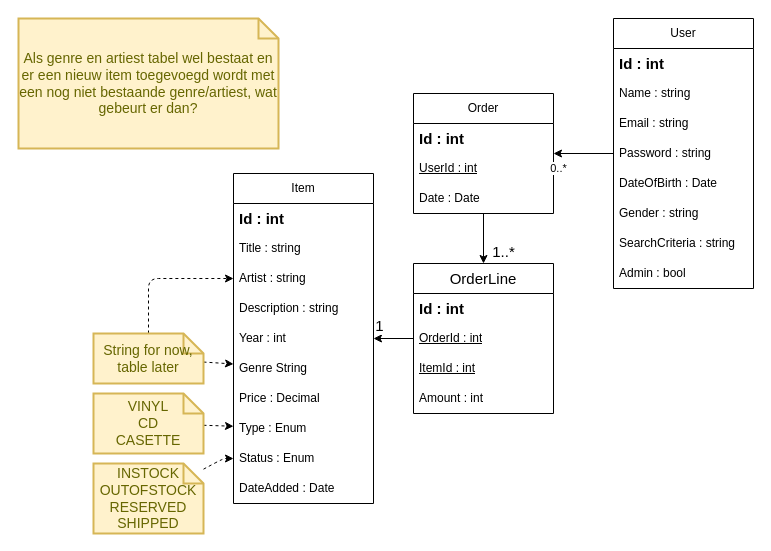
This is diagrams/ERD.drawio from JochemGrootherder/educom-webshop-runtime-records, a draw.io file, before an edit. Source tidied: cells renumbered, new cells numbered last; positions are measured from the earlier drawing's top-left corner, leaving out a move shared by most shapes. Both pictures are drawn from the tidied source at 100%, with x=0, y=0 at pixel (18, 18).
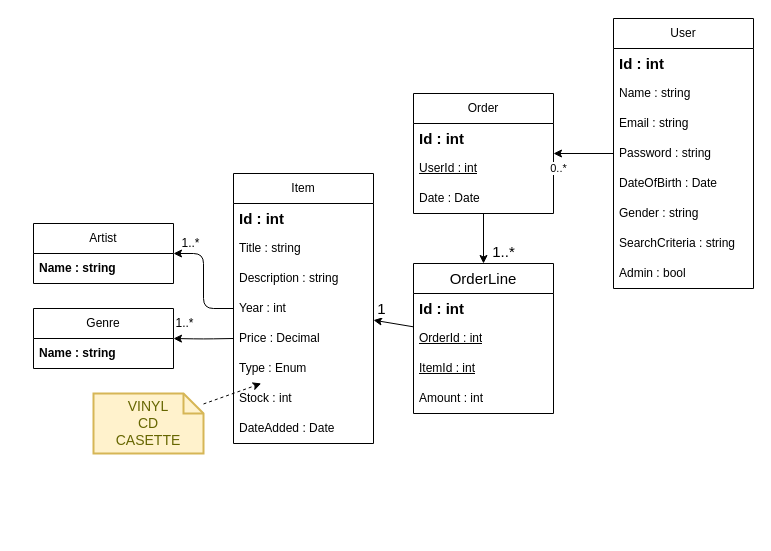
The same diagram, later.

Commit message:
added genre and artist to ERD

The edit, as a diff of the source:
```diff
@@
+    <mxCell id="42" value="1..*" style="edgeStyle=orthogonalEdgeStyle;html=1;fontSize=12;" parent="1" edge="1" source="2" target="43">
+      <mxGeometry x="0.69" y="-10" relative="1" as="geometry">
+        <mxPoint x="-1" as="offset" />
+      </mxGeometry>
+    </mxCell>
     <mxCell id="2" value="Item" style="swimlane;fontStyle=0;horizontal=1;startSize=30;whiteSpace=wrap;html=1;" parent="1" vertex="1">
-      <mxGeometry x="215" y="155" width="140" height="330" as="geometry" />
+      <mxGeometry x="215" y="155" width="140" height="270" as="geometry" />
     </mxCell>
@@
-    <mxCell id="5" value="Artist : string" style="text;strokeColor=none;fillColor=none;align=left;verticalAlign=middle;spacingLeft=4;spacingRight=4;overflow=hidden;points=[[0,0.5],[1,0.5]];portConstraint=eastwest;whiteSpace=wrap;html=1;" parent="2" vertex="1">
-      <mxGeometry y="90" width="140" height="30" as="geometry" />
-    </mxCell>
     <mxCell id="6" value="Description : string" style="text;strokeColor=none;fillColor=none;align=left;verticalAlign=middle;spacingLeft=4;spacingRight=4;overflow=hidden;whiteSpace=wrap;html=1;" parent="2" vertex="1">
-      <mxGeometry y="120" width="140" height="30" as="geometry" />
+      <mxGeometry y="90" width="140" height="30" as="geometry" />
     </mxCell>
     <mxCell id="7" value="Year : int" style="text;strokeColor=none;fillColor=none;align=left;verticalAlign=middle;spacingLeft=4;spacingRight=4;overflow=hidden;whiteSpace=wrap;html=1;" parent="2" vertex="1">
-      <mxGeometry y="150" width="140" height="30" as="geometry" />
+      <mxGeometry y="120" width="140" height="30" as="geometry" />
     </mxCell>
-    <mxCell id="8" value="Genre String" style="text;strokeColor=none;fillColor=none;align=left;verticalAlign=middle;spacingLeft=4;spacingRight=4;overflow=hidden;points=[[0,0.5],[1,0.5]];portConstraint=eastwest;whiteSpace=wrap;html=1;" parent="2" vertex="1">
-      <mxGeometry y="180" width="140" height="30" as="geometry" />
-    </mxCell>
     <mxCell id="9" value="Price : Decimal" style="text;strokeColor=none;fillColor=none;align=left;verticalAlign=middle;spacingLeft=4;spacingRight=4;overflow=hidden;whiteSpace=wrap;html=1;" parent="2" vertex="1">
-      <mxGeometry y="210" width="140" height="30" as="geometry" />
+      <mxGeometry y="150" width="140" height="30" as="geometry" />
     </mxCell>
     <mxCell id="10" value="Type : Enum" style="text;strokeColor=none;fillColor=none;align=left;verticalAlign=middle;spacingLeft=4;spacingRight=4;overflow=hidden;points=[[0,0.5],[1,0.5]];portConstraint=eastwest;whiteSpace=wrap;html=1;" parent="2" vertex="1">
-      <mxGeometry y="240" width="140" height="30" as="geometry" />
+      <mxGeometry y="180" width="140" height="30" as="geometry" />
     </mxCell>
-    <mxCell id="11" value="Status : Enum" style="text;strokeColor=none;fillColor=none;align=left;verticalAlign=middle;spacingLeft=4;spacingRight=4;overflow=hidden;points=[[0,0.5],[1,0.5]];portConstraint=eastwest;whiteSpace=wrap;html=1;" parent="2" vertex="1">
-      <mxGeometry y="270" width="140" height="30" as="geometry" />
+    <mxCell id="11" value="Stock : int" style="text;strokeColor=none;fillColor=none;align=left;verticalAlign=middle;spacingLeft=4;spacingRight=4;overflow=hidden;points=[[0,0.5],[1,0.5]];portConstraint=eastwest;whiteSpace=wrap;html=1;" parent="2" vertex="1">
+      <mxGeometry y="210" width="140" height="30" as="geometry" />
     </mxCell>
     <mxCell id="12" value="DateAdded : Date" style="text;strokeColor=none;fillColor=none;align=left;verticalAlign=middle;spacingLeft=4;spacingRight=4;overflow=hidden;whiteSpace=wrap;html=1;" parent="2" vertex="1">
-      <mxGeometry y="300" width="140" height="30" as="geometry" />
+      <mxGeometry y="240" width="140" height="30" as="geometry" />
     </mxCell>
@@
-    <mxCell id="22" style="edgeStyle=none;html=1;dashed=1;" parent="1" edge="1" source="24" target="8">
-      <mxGeometry relative="1" as="geometry" />
-    </mxCell>
-    <mxCell id="23" style="edgeStyle=orthogonalEdgeStyle;html=1;fontSize=15;dashed=1;" parent="1" edge="1" source="24" target="5">
-      <mxGeometry relative="1" as="geometry" />
-    </mxCell>
-    <mxCell id="24" value="String for now, table later" style="shape=note;strokeWidth=2;fontSize=14;size=20;whiteSpace=wrap;html=1;fillColor=#fff2cc;strokeColor=#d6b656;fontColor=#666600;" parent="1" vertex="1">
-      <mxGeometry x="75" y="315" width="110" height="50" as="geometry" />
-    </mxCell>
@@
-    <mxCell id="39" style="edgeStyle=none;html=1;fontSize=15;dashed=1;" parent="1" edge="1" source="40" target="11">
-      <mxGeometry relative="1" as="geometry">
-        <Array as="points">
-          <mxPoint x="205" y="440" />
-        </Array>
-      </mxGeometry>
-    </mxCell>
-    <mxCell id="40" value="INSTOCK&lt;br&gt;OUTOFSTOCK&lt;br&gt;RESERVED&lt;br&gt;SHIPPED" style="shape=note;strokeWidth=2;fontSize=14;size=20;whiteSpace=wrap;html=1;fillColor=#fff2cc;strokeColor=#d6b656;fontColor=#666600;" parent="1" vertex="1">
-      <mxGeometry x="75" y="445" width="110" height="70" as="geometry" />
-    </mxCell>
-    <mxCell id="41" value="Als genre en artiest tabel wel bestaat en er een nieuw item toegevoegd wordt met een nog niet bestaande genre/artiest, wat gebeurt er dan?" style="shape=note;strokeWidth=2;fontSize=14;size=20;whiteSpace=wrap;html=1;fillColor=#fff2cc;strokeColor=#d6b656;fontColor=#666600;" parent="1" vertex="1">
-      <mxGeometry width="260" height="130" as="geometry" />
-    </mxCell>
+    <mxCell id="43" value="Artist" style="swimlane;fontStyle=0;horizontal=1;startSize=30;whiteSpace=wrap;html=1;fontSize=12;" parent="1" vertex="1">
+      <mxGeometry x="15" y="205" width="140" height="60" as="geometry" />
+    </mxCell>
+    <mxCell id="44" value="Name : string" style="text;strokeColor=none;fillColor=none;align=left;verticalAlign=middle;spacingLeft=4;spacingRight=4;overflow=hidden;whiteSpace=wrap;html=1;fontSize=12;fontStyle=1;" parent="43" vertex="1">
+      <mxGeometry y="30" width="140" height="30" as="geometry" />
+    </mxCell>
+    <mxCell id="45" value="Genre" style="swimlane;fontStyle=0;horizontal=1;startSize=30;whiteSpace=wrap;html=1;fontSize=12;" parent="1" vertex="1">
+      <mxGeometry x="15" y="290" width="140" height="60" as="geometry" />
+    </mxCell>
+    <mxCell id="46" value="Name : string" style="text;strokeColor=none;fillColor=none;align=left;verticalAlign=middle;spacingLeft=4;spacingRight=4;overflow=hidden;whiteSpace=wrap;html=1;fontSize=12;fontStyle=1;" parent="45" vertex="1">
+      <mxGeometry y="30" width="140" height="30" as="geometry" />
+    </mxCell>
+    <mxCell id="47" value="1..*" style="edgeStyle=orthogonalEdgeStyle;html=1;fontSize=12;" parent="1" edge="1" target="45">
+      <mxGeometry x="0.67" y="-15" relative="1" as="geometry">
+        <mxPoint x="215" y="320" as="sourcePoint" />
+        <mxPoint x="1" as="offset" />
+      </mxGeometry>
+    </mxCell>
```
